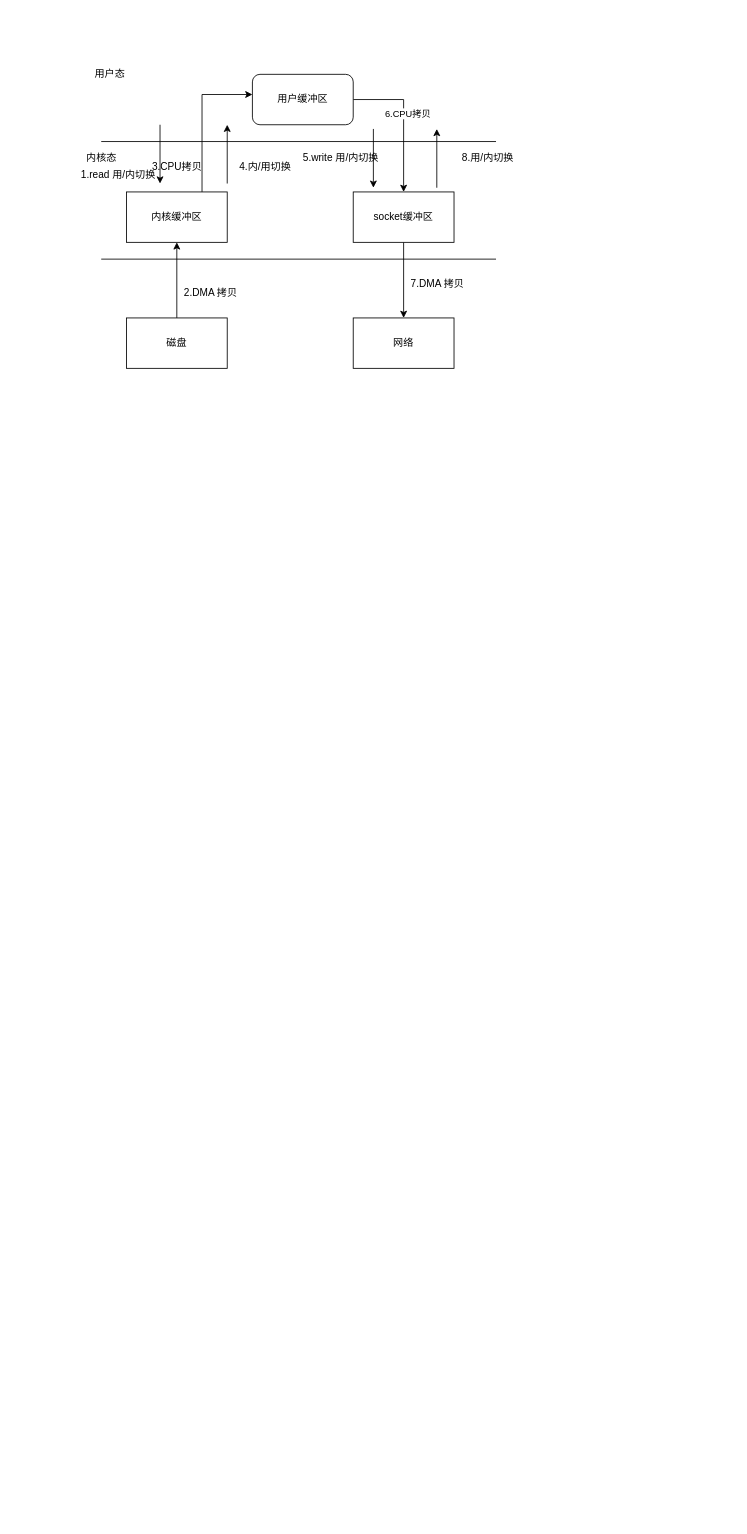
This is 未命名绘图.drawio from songsinfo/drawio, a draw.io file, before an edit. Source tidied: cells renumbered, new cells numbered last; positions are measured from the earlier drawing's top-left corner, leaving out a move shared by most shapes. Both pictures are drawn from the tidied source at 84%, with x=0, y=0 at pixel (76, 66).
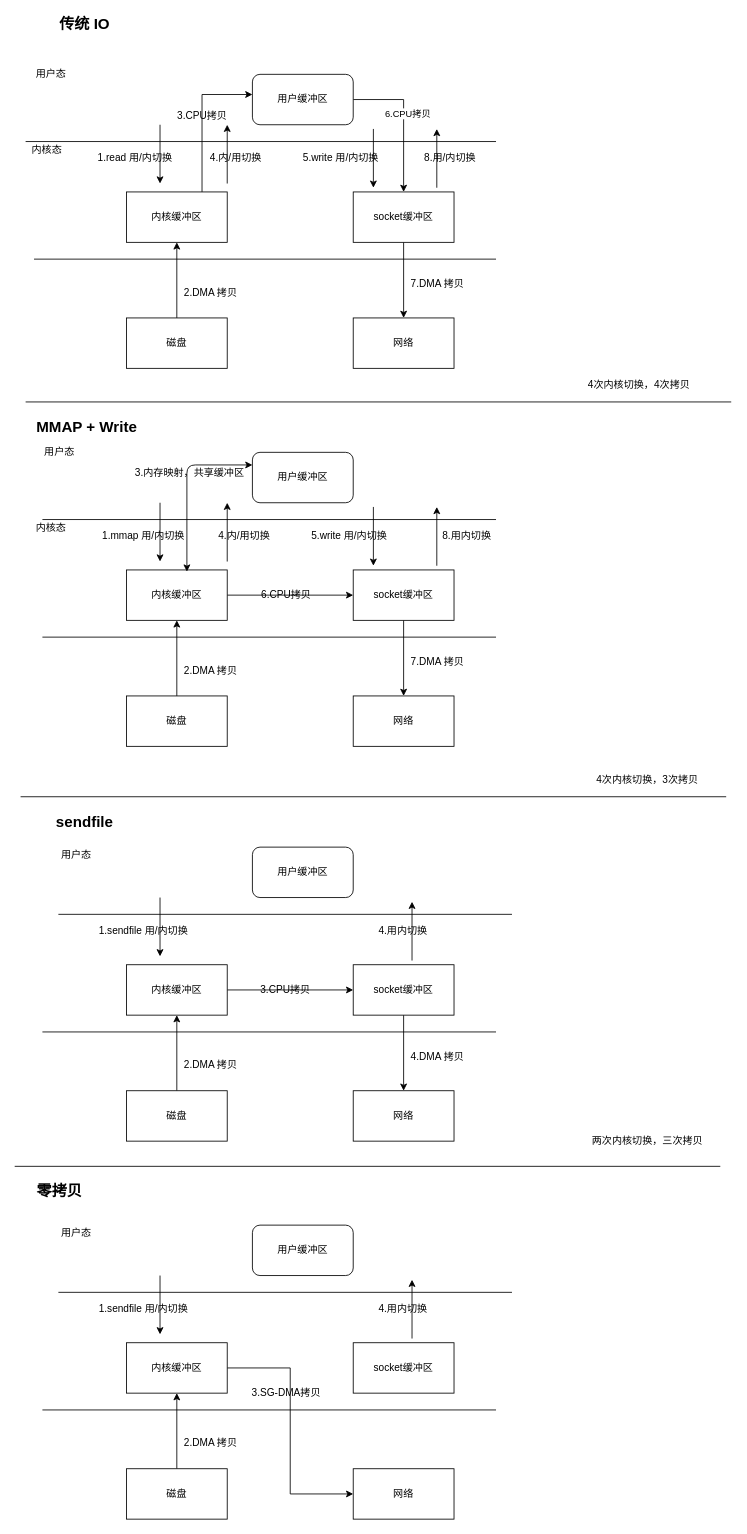
The same diagram, later.

Commit message:
更新未命名绘图.drawio

The edit, as a diff of the source:
```diff
@@
     <mxCell id="5" style="endArrow=none;html=1;" parent="1" edge="1">
       <mxGeometry relative="1" as="geometry">
-        <mxPoint x="30" y="90" as="sourcePoint" />
+        <mxPoint x="-60" y="90" as="sourcePoint" />
         <mxPoint x="500" y="90" as="targetPoint" />
       </mxGeometry>
     </mxCell>
     <mxCell id="6" value="用户态" style="text;html=1;align=center;verticalAlign=middle;" parent="1" vertex="1">
-      <mxGeometry x="15" width="50" height="20" as="geometry" />
+      <mxGeometry x="-55" width="50" height="20" as="geometry" />
     </mxCell>
     <mxCell id="7" style="endArrow=none;html=1;" parent="1" edge="1">
       <mxGeometry relative="1" as="geometry">
-        <mxPoint x="30" y="230" as="sourcePoint" />
+        <mxPoint x="-50" y="230" as="sourcePoint" />
         <mxPoint x="500" y="230" as="targetPoint" />
       </mxGeometry>
     </mxCell>
     <mxCell id="8" value="内核态" style="text;html=1;align=center;verticalAlign=middle;" parent="1" vertex="1">
-      <mxGeometry x="5" y="100" width="50" height="20" as="geometry" />
+      <mxGeometry x="-60" y="90" width="50" height="20" as="geometry" />
     </mxCell>
@@
     <mxCell id="17" value="1.read 用/内切换" style="text;html=1;align=center;verticalAlign=middle;" parent="1" vertex="1">
-      <mxGeometry y="120" width="100" height="20" as="geometry" />
+      <mxGeometry x="20" y="100" width="100" height="20" as="geometry" />
     </mxCell>
@@
     <mxCell id="19" value="3.CPU拷贝" style="text;html=1;align=center;verticalAlign=middle;" parent="1" vertex="1">
-      <mxGeometry x="85" y="110" width="70" height="20" as="geometry" />
+      <mxGeometry x="115" y="50" width="70" height="20" as="geometry" />
     </mxCell>
@@
     <mxCell id="21" value="4.内/用切换" style="text;html=1;align=center;verticalAlign=middle;" parent="1" vertex="1">
-      <mxGeometry x="185" y="110" width="80" height="20" as="geometry" />
+      <mxGeometry x="150" y="100" width="80" height="20" as="geometry" />
     </mxCell>
@@
     <mxCell id="26" value="8.用/内切换" style="text;html=1;align=center;verticalAlign=middle;" parent="1" vertex="1">
-      <mxGeometry x="450" y="100" width="80" height="20" as="geometry" />
+      <mxGeometry x="405" y="100" width="80" height="20" as="geometry" />
     </mxCell>
+    <mxCell id="27" value="&lt;font style=&quot;font-size: 18px&quot;&gt;&lt;b&gt;传统 IO&lt;/b&gt;&lt;/font&gt;" style="text;html=1;align=center;verticalAlign=middle;" parent="1" vertex="1">
+      <mxGeometry x="-30" y="-60" width="80" height="20" as="geometry" />
+    </mxCell>
+    <mxCell id="28" style="endArrow=none;html=1;" parent="1" edge="1">
+      <mxGeometry relative="1" as="geometry">
+        <mxPoint x="-60" y="400" as="sourcePoint" />
+        <mxPoint x="780" y="400" as="targetPoint" />
+      </mxGeometry>
+    </mxCell>
+    <mxCell id="29" value="4次内核切换，4次拷贝" style="text;html=1;align=center;verticalAlign=middle;" parent="1" vertex="1">
+      <mxGeometry x="600" y="370" width="140" height="20" as="geometry" />
+    </mxCell>
+    <mxCell id="30" value="&lt;font style=&quot;font-size: 18px&quot;&gt;&lt;b&gt;&amp;nbsp;MMAP + Write&lt;br&gt;&lt;/b&gt;&lt;/font&gt;" style="text;html=1;align=center;verticalAlign=middle;" parent="1" vertex="1">
+      <mxGeometry x="-60" y="420" width="140" height="20" as="geometry" />
+    </mxCell>
+    <mxCell id="31" value="用户缓冲区" style="rounded=1;whiteSpace=wrap;html=1;" parent="1" vertex="1">
+      <mxGeometry x="210" y="460" width="120" height="60" as="geometry" />
+    </mxCell>
+    <mxCell id="32" style="endArrow=none;html=1;" parent="1" edge="1">
+      <mxGeometry relative="1" as="geometry">
+        <mxPoint x="-40" y="540" as="sourcePoint" />
+        <mxPoint x="500" y="540" as="targetPoint" />
+      </mxGeometry>
+    </mxCell>
+    <mxCell id="33" value="用户态" style="text;html=1;align=center;verticalAlign=middle;" parent="1" vertex="1">
+      <mxGeometry x="-45" y="450" width="50" height="20" as="geometry" />
+    </mxCell>
+    <mxCell id="34" style="endArrow=none;html=1;" parent="1" edge="1">
+      <mxGeometry relative="1" as="geometry">
+        <mxPoint x="-40" y="680" as="sourcePoint" />
+        <mxPoint x="500" y="680" as="targetPoint" />
+      </mxGeometry>
+    </mxCell>
+    <mxCell id="35" style="edgeStyle=orthogonalEdgeStyle;rounded=0;jettySize=auto;html=1;exitX=1;exitY=0.5;exitDx=0;exitDy=0;" parent="1" edge="1" source="36" target="38">
+      <mxGeometry relative="1" as="geometry" />
+    </mxCell>
+    <mxCell id="36" value="内核缓冲区" style="rounded=0;whiteSpace=wrap;html=1;" parent="1" vertex="1">
+      <mxGeometry x="60" y="600" width="120" height="60" as="geometry" />
+    </mxCell>
+    <mxCell id="37" style="edgeStyle=orthogonalEdgeStyle;rounded=0;jettySize=auto;html=1;exitX=0.5;exitY=1;exitDx=0;exitDy=0;" parent="1" edge="1" source="38" target="41">
+      <mxGeometry relative="1" as="geometry" />
+    </mxCell>
+    <mxCell id="38" value="socket缓冲区" style="rounded=0;whiteSpace=wrap;html=1;" parent="1" vertex="1">
+      <mxGeometry x="330" y="600" width="120" height="60" as="geometry" />
+    </mxCell>
+    <mxCell id="39" style="edgeStyle=orthogonalEdgeStyle;rounded=0;jettySize=auto;html=1;exitX=0.5;exitY=0;exitDx=0;exitDy=0;entryX=0.5;entryY=1;entryDx=0;entryDy=0;" parent="1" edge="1" source="40" target="36">
+      <mxGeometry relative="1" as="geometry" />
+    </mxCell>
+    <mxCell id="40" value="磁盘" style="rounded=0;whiteSpace=wrap;html=1;" parent="1" vertex="1">
+      <mxGeometry x="60" y="750" width="120" height="60" as="geometry" />
+    </mxCell>
+    <mxCell id="41" value="网络" style="rounded=0;whiteSpace=wrap;html=1;" parent="1" vertex="1">
+      <mxGeometry x="330" y="750" width="120" height="60" as="geometry" />
+    </mxCell>
+    <mxCell id="42" style="endArrow=classic;html=1;" parent="1" edge="1">
+      <mxGeometry relative="1" as="geometry">
+        <mxPoint x="100" y="520" as="sourcePoint" />
+        <mxPoint x="100" y="590" as="targetPoint" />
+      </mxGeometry>
+    </mxCell>
+    <mxCell id="43" value="2.DMA 拷贝" style="text;html=1;align=center;verticalAlign=middle;" parent="1" vertex="1">
+      <mxGeometry x="120" y="710" width="80" height="20" as="geometry" />
+    </mxCell>
+    <mxCell id="44" style="endArrow=classic;html=1;" parent="1" edge="1">
+      <mxGeometry relative="1" as="geometry">
+        <mxPoint x="180" y="590" as="sourcePoint" />
+        <mxPoint x="180" y="520" as="targetPoint" />
+      </mxGeometry>
+    </mxCell>
+    <mxCell id="45" value="4.内/用切换" style="text;html=1;align=center;verticalAlign=middle;" parent="1" vertex="1">
+      <mxGeometry x="160" y="550" width="80" height="20" as="geometry" />
+    </mxCell>
+    <mxCell id="46" style="endArrow=classic;html=1;" parent="1" edge="1">
+      <mxGeometry relative="1" as="geometry">
+        <mxPoint x="354" y="525" as="sourcePoint" />
+        <mxPoint x="354" y="595" as="targetPoint" />
+      </mxGeometry>
+    </mxCell>
+    <mxCell id="47" value="5.write 用/内切换" style="text;html=1;align=center;verticalAlign=middle;" parent="1" vertex="1">
+      <mxGeometry x="270" y="550" width="110" height="20" as="geometry" />
+    </mxCell>
+    <mxCell id="48" value="7.DMA 拷贝" style="text;html=1;align=center;verticalAlign=middle;" parent="1" vertex="1">
+      <mxGeometry x="390" y="700" width="80" height="20" as="geometry" />
+    </mxCell>
+    <mxCell id="49" style="endArrow=classic;html=1;" parent="1" edge="1">
+      <mxGeometry relative="1" as="geometry">
+        <mxPoint x="429.5" y="595" as="sourcePoint" />
+        <mxPoint x="429.5" y="525" as="targetPoint" />
+      </mxGeometry>
+    </mxCell>
+    <mxCell id="50" value="内核态" style="text;html=1;align=center;verticalAlign=middle;" parent="1" vertex="1">
+      <mxGeometry x="-55" y="540" width="50" height="20" as="geometry" />
+    </mxCell>
+    <mxCell id="51" value="1.mmap 用/内切换" style="text;html=1;align=center;verticalAlign=middle;" parent="1" vertex="1">
+      <mxGeometry x="25" y="550" width="110" height="20" as="geometry" />
+    </mxCell>
+    <mxCell id="52" value="8.用内切换" style="text;html=1;align=center;verticalAlign=middle;" parent="1" vertex="1">
+      <mxGeometry x="430" y="550" width="70" height="20" as="geometry" />
+    </mxCell>
+    <mxCell id="53" value="6.CPU拷贝" style="text;html=1;align=center;verticalAlign=middle;" parent="1" vertex="1">
+      <mxGeometry x="215" y="620" width="70" height="20" as="geometry" />
+    </mxCell>
+    <mxCell id="54" style="endArrow=classic;startArrow=classic;html=1;exitX=0.6;exitY=0.033;exitDx=0;exitDy=0;exitPerimeter=0;entryX=0;entryY=0.25;entryDx=0;entryDy=0;" parent="1" edge="1" source="36" target="31">
+      <mxGeometry relative="1" as="geometry">
+        <Array as="points">
+          <mxPoint x="132" y="475" />
+        </Array>
+      </mxGeometry>
+    </mxCell>
+    <mxCell id="55" value="3.内存映射，共享缓冲区" style="text;html=1;align=center;verticalAlign=middle;" parent="1" vertex="1">
+      <mxGeometry x="60" y="475" width="150" height="20" as="geometry" />
+    </mxCell>
+    <mxCell id="56" style="endArrow=none;html=1;" parent="1" edge="1">
+      <mxGeometry relative="1" as="geometry">
+        <mxPoint x="-66" y="870" as="sourcePoint" />
+        <mxPoint x="774" y="870" as="targetPoint" />
+      </mxGeometry>
+    </mxCell>
+    <mxCell id="57" value="4次内核切换，3次拷贝" style="text;html=1;align=center;verticalAlign=middle;" parent="1" vertex="1">
+      <mxGeometry x="610" y="840" width="140" height="20" as="geometry" />
+    </mxCell>
+    <mxCell id="58" value="&lt;font style=&quot;font-size: 18px&quot;&gt;&lt;b&gt;sendfile&lt;br&gt;&lt;/b&gt;&lt;/font&gt;" style="text;html=1;align=center;verticalAlign=middle;" parent="1" vertex="1">
+      <mxGeometry x="-30" y="890" width="80" height="20" as="geometry" />
+    </mxCell>
+    <mxCell id="59" value="用户缓冲区" style="rounded=1;whiteSpace=wrap;html=1;" parent="1" vertex="1">
+      <mxGeometry x="210" y="930" width="120" height="60" as="geometry" />
+    </mxCell>
+    <mxCell id="60" style="endArrow=none;html=1;" parent="1" edge="1">
+      <mxGeometry relative="1" as="geometry">
+        <mxPoint x="-21" y="1010" as="sourcePoint" />
+        <mxPoint x="519" y="1010" as="targetPoint" />
+      </mxGeometry>
+    </mxCell>
+    <mxCell id="61" value="用户态" style="text;html=1;align=center;verticalAlign=middle;" parent="1" vertex="1">
+      <mxGeometry x="-25" y="930" width="50" height="20" as="geometry" />
+    </mxCell>
+    <mxCell id="62" style="endArrow=none;html=1;" parent="1" edge="1">
+      <mxGeometry relative="1" as="geometry">
+        <mxPoint x="-40" y="1150" as="sourcePoint" />
+        <mxPoint x="500" y="1150" as="targetPoint" />
+      </mxGeometry>
+    </mxCell>
+    <mxCell id="63" style="edgeStyle=orthogonalEdgeStyle;rounded=0;jettySize=auto;html=1;exitX=1;exitY=0.5;exitDx=0;exitDy=0;" parent="1" edge="1" source="64" target="66">
+      <mxGeometry relative="1" as="geometry" />
+    </mxCell>
+    <mxCell id="64" value="内核缓冲区" style="rounded=0;whiteSpace=wrap;html=1;" parent="1" vertex="1">
+      <mxGeometry x="60" y="1070" width="120" height="60" as="geometry" />
+    </mxCell>
+    <mxCell id="65" style="edgeStyle=orthogonalEdgeStyle;rounded=0;jettySize=auto;html=1;exitX=0.5;exitY=1;exitDx=0;exitDy=0;" parent="1" edge="1" source="66" target="69">
+      <mxGeometry relative="1" as="geometry" />
+    </mxCell>
+    <mxCell id="66" value="socket缓冲区" style="rounded=0;whiteSpace=wrap;html=1;" parent="1" vertex="1">
+      <mxGeometry x="330" y="1070" width="120" height="60" as="geometry" />
+    </mxCell>
+    <mxCell id="67" style="edgeStyle=orthogonalEdgeStyle;rounded=0;jettySize=auto;html=1;exitX=0.5;exitY=0;exitDx=0;exitDy=0;entryX=0.5;entryY=1;entryDx=0;entryDy=0;" parent="1" edge="1" source="68" target="64">
+      <mxGeometry relative="1" as="geometry" />
+    </mxCell>
+    <mxCell id="68" value="磁盘" style="rounded=0;whiteSpace=wrap;html=1;" parent="1" vertex="1">
+      <mxGeometry x="60" y="1220" width="120" height="60" as="geometry" />
+    </mxCell>
+    <mxCell id="69" value="网络" style="rounded=0;whiteSpace=wrap;html=1;" parent="1" vertex="1">
+      <mxGeometry x="330" y="1220" width="120" height="60" as="geometry" />
+    </mxCell>
+    <mxCell id="70" style="endArrow=classic;html=1;" parent="1" edge="1">
+      <mxGeometry relative="1" as="geometry">
+        <mxPoint x="100" y="990" as="sourcePoint" />
+        <mxPoint x="100" y="1060" as="targetPoint" />
+      </mxGeometry>
+    </mxCell>
+    <mxCell id="71" value="2.DMA 拷贝" style="text;html=1;align=center;verticalAlign=middle;" parent="1" vertex="1">
+      <mxGeometry x="120" y="1180" width="80" height="20" as="geometry" />
+    </mxCell>
+    <mxCell id="72" value="4.DMA 拷贝" style="text;html=1;align=center;verticalAlign=middle;" parent="1" vertex="1">
+      <mxGeometry x="390" y="1170" width="80" height="20" as="geometry" />
+    </mxCell>
+    <mxCell id="73" style="endArrow=classic;html=1;" parent="1" edge="1">
+      <mxGeometry relative="1" as="geometry">
+        <mxPoint x="400" y="1065" as="sourcePoint" />
+        <mxPoint x="400" y="995" as="targetPoint" />
+      </mxGeometry>
+    </mxCell>
+    <mxCell id="74" value="1.sendfile 用/内切换" style="text;html=1;align=center;verticalAlign=middle;" parent="1" vertex="1">
+      <mxGeometry x="20" y="1020" width="120" height="20" as="geometry" />
+    </mxCell>
+    <mxCell id="75" value="4.用内切换" style="text;html=1;align=center;verticalAlign=middle;" parent="1" vertex="1">
+      <mxGeometry x="354" y="1020" width="70" height="20" as="geometry" />
+    </mxCell>
+    <mxCell id="76" value="3.CPU拷贝" style="text;html=1;align=center;verticalAlign=middle;" parent="1" vertex="1">
+      <mxGeometry x="214" y="1090" width="70" height="20" as="geometry" />
+    </mxCell>
+    <mxCell id="77" value="两次内核切换，三次拷贝" style="text;html=1;align=center;verticalAlign=middle;" parent="1" vertex="1">
+      <mxGeometry x="605" y="1270" width="150" height="20" as="geometry" />
+    </mxCell>
+    <mxCell id="78" style="endArrow=none;html=1;" parent="1" edge="1">
+      <mxGeometry relative="1" as="geometry">
+        <mxPoint x="-73" y="1310" as="sourcePoint" />
+        <mxPoint x="767" y="1310" as="targetPoint" />
+      </mxGeometry>
+    </mxCell>
+    <mxCell id="79" value="用户缓冲区" style="rounded=1;whiteSpace=wrap;html=1;" parent="1" vertex="1">
+      <mxGeometry x="210" y="1380" width="120" height="60" as="geometry" />
+    </mxCell>
+    <mxCell id="80" style="endArrow=none;html=1;" parent="1" edge="1">
+      <mxGeometry relative="1" as="geometry">
+        <mxPoint x="-21" y="1460" as="sourcePoint" />
+        <mxPoint x="519" y="1460" as="targetPoint" />
+      </mxGeometry>
+    </mxCell>
+    <mxCell id="81" value="用户态" style="text;html=1;align=center;verticalAlign=middle;" parent="1" vertex="1">
+      <mxGeometry x="-25" y="1380" width="50" height="20" as="geometry" />
+    </mxCell>
+    <mxCell id="82" style="endArrow=none;html=1;" parent="1" edge="1">
+      <mxGeometry relative="1" as="geometry">
+        <mxPoint x="-40" y="1600" as="sourcePoint" />
+        <mxPoint x="500" y="1600" as="targetPoint" />
+      </mxGeometry>
+    </mxCell>
+    <mxCell id="83" style="edgeStyle=orthogonalEdgeStyle;rounded=0;jettySize=auto;html=1;exitX=1;exitY=0.5;exitDx=0;exitDy=0;entryX=0;entryY=0.5;entryDx=0;entryDy=0;" parent="1" edge="1" source="84" target="88">
+      <mxGeometry relative="1" as="geometry" />
+    </mxCell>
+    <mxCell id="84" value="内核缓冲区" style="rounded=0;whiteSpace=wrap;html=1;" parent="1" vertex="1">
+      <mxGeometry x="60" y="1520" width="120" height="60" as="geometry" />
+    </mxCell>
+    <mxCell id="85" value="socket缓冲区" style="rounded=0;whiteSpace=wrap;html=1;" parent="1" vertex="1">
+      <mxGeometry x="330" y="1520" width="120" height="60" as="geometry" />
+    </mxCell>
+    <mxCell id="86" style="edgeStyle=orthogonalEdgeStyle;rounded=0;jettySize=auto;html=1;exitX=0.5;exitY=0;exitDx=0;exitDy=0;entryX=0.5;entryY=1;entryDx=0;entryDy=0;" parent="1" edge="1" source="87" target="84">
+      <mxGeometry relative="1" as="geometry" />
+    </mxCell>
+    <mxCell id="87" value="磁盘" style="rounded=0;whiteSpace=wrap;html=1;" parent="1" vertex="1">
+      <mxGeometry x="60" y="1670" width="120" height="60" as="geometry" />
+    </mxCell>
+    <mxCell id="88" value="网络" style="rounded=0;whiteSpace=wrap;html=1;" parent="1" vertex="1">
+      <mxGeometry x="330" y="1670" width="120" height="60" as="geometry" />
+    </mxCell>
+    <mxCell id="89" style="endArrow=classic;html=1;" parent="1" edge="1">
+      <mxGeometry relative="1" as="geometry">
+        <mxPoint x="100" y="1440" as="sourcePoint" />
+        <mxPoint x="100" y="1510" as="targetPoint" />
+      </mxGeometry>
+    </mxCell>
+    <mxCell id="90" value="2.DMA 拷贝" style="text;html=1;align=center;verticalAlign=middle;" parent="1" vertex="1">
+      <mxGeometry x="120" y="1630" width="80" height="20" as="geometry" />
+    </mxCell>
+    <mxCell id="91" style="endArrow=classic;html=1;" parent="1" edge="1">
+      <mxGeometry relative="1" as="geometry">
+        <mxPoint x="400" y="1515" as="sourcePoint" />
+        <mxPoint x="400" y="1445" as="targetPoint" />
+      </mxGeometry>
+    </mxCell>
+    <mxCell id="92" value="1.sendfile 用/内切换" style="text;html=1;align=center;verticalAlign=middle;" parent="1" vertex="1">
+      <mxGeometry x="20" y="1470" width="120" height="20" as="geometry" />
+    </mxCell>
+    <mxCell id="93" value="4.用内切换" style="text;html=1;align=center;verticalAlign=middle;" parent="1" vertex="1">
+      <mxGeometry x="354" y="1470" width="70" height="20" as="geometry" />
+    </mxCell>
+    <mxCell id="94" value="3.SG-DMA拷贝" style="text;html=1;align=center;verticalAlign=middle;" parent="1" vertex="1">
+      <mxGeometry x="200" y="1570" width="100" height="20" as="geometry" />
+    </mxCell>
+    <mxCell id="95" value="&lt;font style=&quot;font-size: 18px&quot;&gt;&lt;b&gt;零拷贝&lt;br&gt;&lt;/b&gt;&lt;/font&gt;" style="text;html=1;align=center;verticalAlign=middle;" parent="1" vertex="1">
+      <mxGeometry x="-55" y="1330" width="70" height="20" as="geometry" />
+    </mxCell>
```
